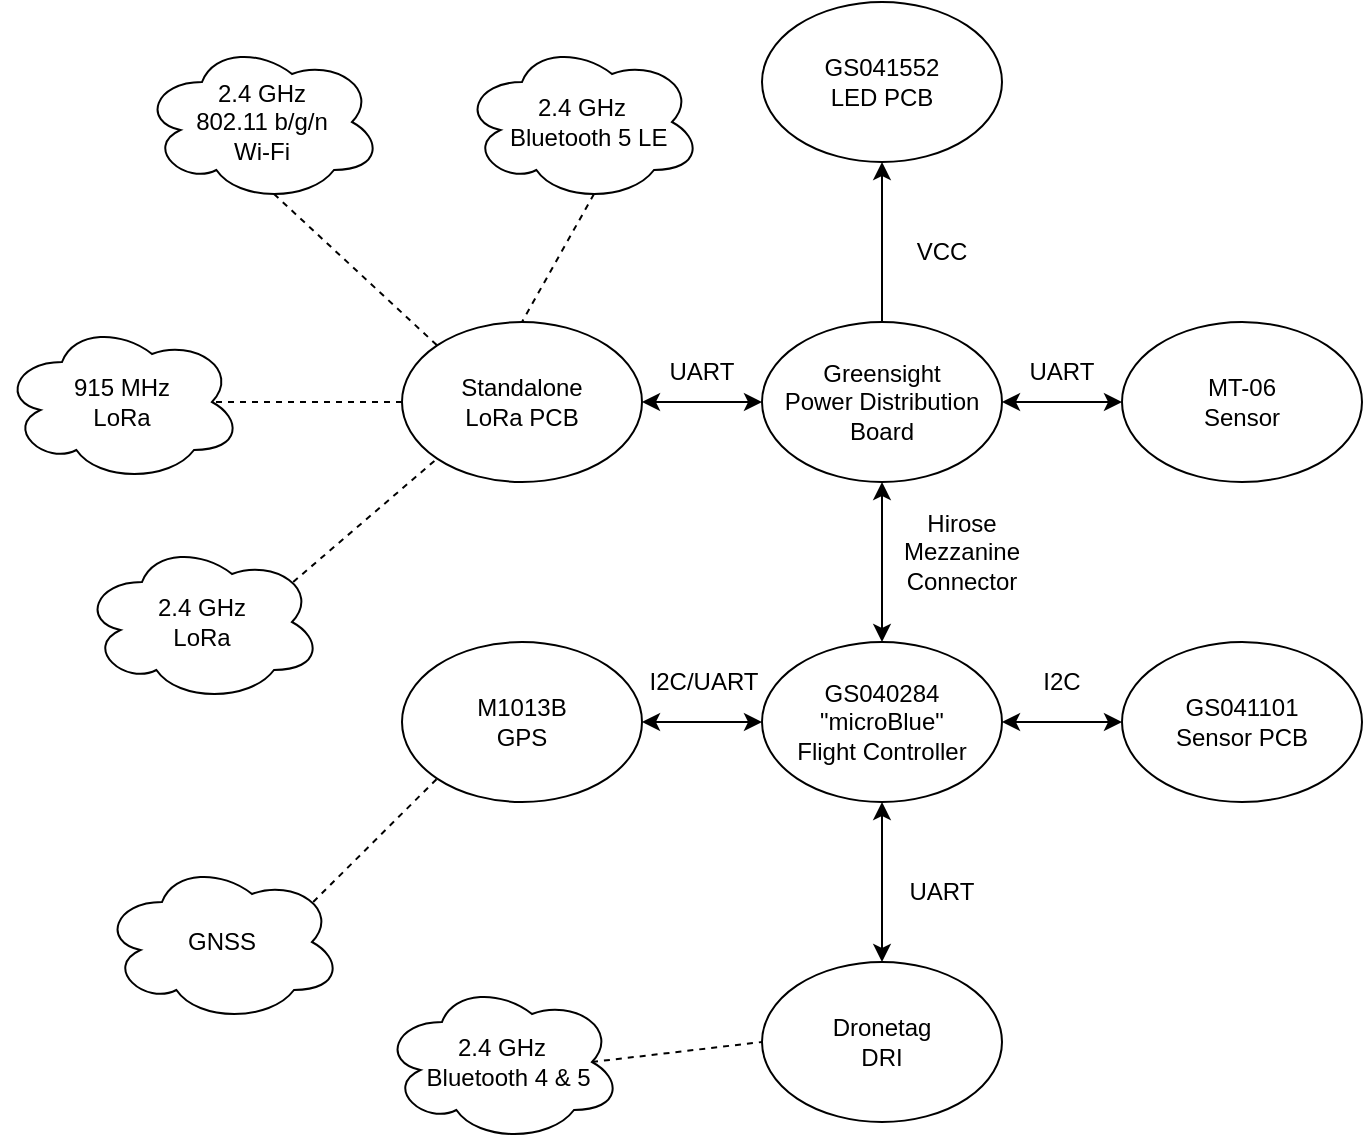
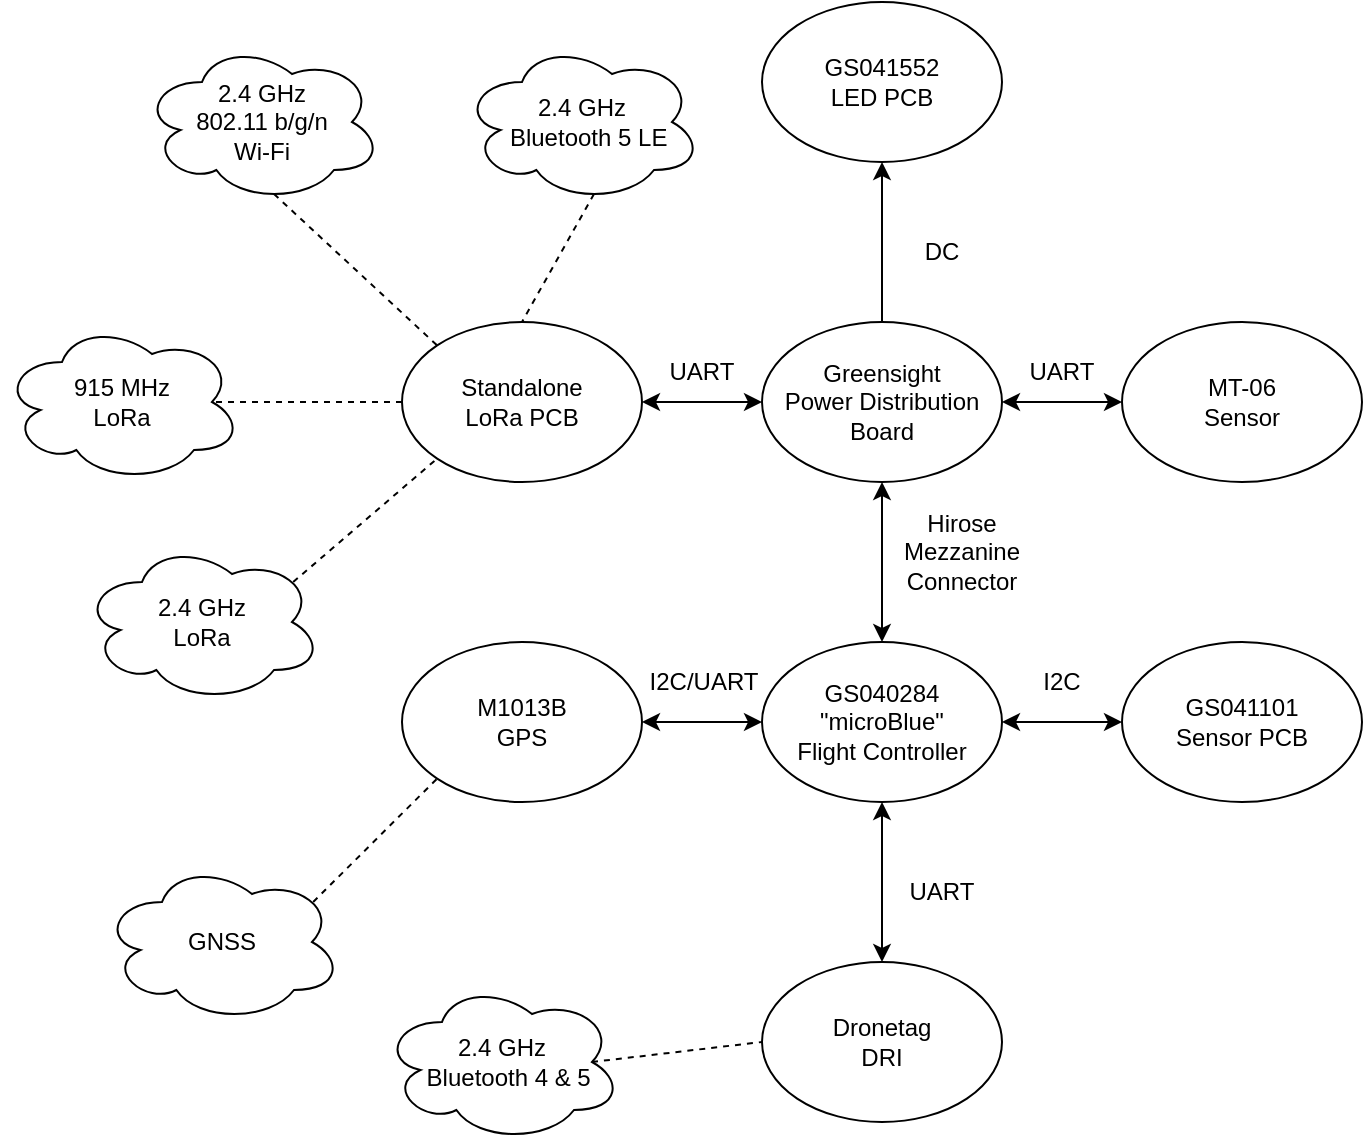
<mxfile host="app.diagrams.net">
  <diagram name="Page-1" id="Q99_MBWURrd7SVdslJ8p">
    <mxGraphModel dx="1414" dy="757" grid="1" gridSize="10" guides="1" tooltips="1" connect="1" arrows="1" fold="1" page="1" pageScale="1" pageWidth="850" pageHeight="1100" math="0" shadow="0">
      <root>
        <mxCell id="0" />
        <mxCell id="1" parent="0" />
        <mxCell id="8UqH8qmoLQt9KmtnvXob-1" parent="1" style="ellipse;whiteSpace=wrap;html=1;" value="Standalone&lt;br&gt;LoRa PCB" vertex="1">
          <mxGeometry height="80" width="120" x="240" y="210" as="geometry" />
        </mxCell>
        <mxCell id="8UqH8qmoLQt9KmtnvXob-2" parent="1" style="ellipse;whiteSpace=wrap;html=1;" value="GS041552&lt;br&gt;LED PCB" vertex="1">
          <mxGeometry height="80" width="120" x="420" y="50" as="geometry" />
        </mxCell>
        <mxCell id="8UqH8qmoLQt9KmtnvXob-14" edge="1" parent="1" source="8UqH8qmoLQt9KmtnvXob-3" style="edgeStyle=none;rounded=0;orthogonalLoop=1;jettySize=auto;html=1;exitX=0.5;exitY=0;exitDx=0;exitDy=0;entryX=0.5;entryY=1;entryDx=0;entryDy=0;endArrow=classic;endFill=1;" target="8UqH8qmoLQt9KmtnvXob-2">
          <mxGeometry relative="1" as="geometry" />
        </mxCell>
        <mxCell id="8UqH8qmoLQt9KmtnvXob-3" parent="1" style="ellipse;whiteSpace=wrap;html=1;" value="Greensight&lt;br&gt;Power Distribution Board" vertex="1">
          <mxGeometry height="80" width="120" x="420" y="210" as="geometry" />
        </mxCell>
        <mxCell id="8UqH8qmoLQt9KmtnvXob-18" edge="1" parent="1" source="8UqH8qmoLQt9KmtnvXob-7" style="edgeStyle=none;rounded=0;orthogonalLoop=1;jettySize=auto;html=1;exitX=0;exitY=0.5;exitDx=0;exitDy=0;entryX=1;entryY=0.5;entryDx=0;entryDy=0;endArrow=classic;endFill=1;startArrow=classic;startFill=1;" target="8UqH8qmoLQt9KmtnvXob-12">
          <mxGeometry relative="1" as="geometry" />
        </mxCell>
        <mxCell id="8UqH8qmoLQt9KmtnvXob-7" parent="1" style="ellipse;whiteSpace=wrap;html=1;" value="GS040284&lt;br&gt;&quot;microBlue&quot;&lt;br&gt;Flight Controller" vertex="1">
          <mxGeometry height="80" width="120" x="420" y="370" as="geometry" />
        </mxCell>
        <mxCell id="8UqH8qmoLQt9KmtnvXob-9" parent="1" style="ellipse;whiteSpace=wrap;html=1;" value="GS041101&lt;br&gt;Sensor PCB" vertex="1">
          <mxGeometry height="80" width="120" x="600" y="370" as="geometry" />
        </mxCell>
        <mxCell id="8UqH8qmoLQt9KmtnvXob-10" parent="1" style="ellipse;whiteSpace=wrap;html=1;" value="Dronetag&lt;br&gt;DRI" vertex="1">
          <mxGeometry height="80" width="120" x="420" y="530" as="geometry" />
        </mxCell>
        <mxCell id="8UqH8qmoLQt9KmtnvXob-11" parent="1" style="ellipse;whiteSpace=wrap;html=1;" value="MT-06&lt;br&gt;Sensor" vertex="1">
          <mxGeometry height="80" width="120" x="600" y="210" as="geometry" />
        </mxCell>
        <mxCell id="8UqH8qmoLQt9KmtnvXob-12" parent="1" style="ellipse;whiteSpace=wrap;html=1;" value="M1013B&lt;br&gt;GPS" vertex="1">
          <mxGeometry height="80" width="120" x="240" y="370" as="geometry" />
        </mxCell>
        <mxCell id="8UqH8qmoLQt9KmtnvXob-22" edge="1" parent="1" source="8UqH8qmoLQt9KmtnvXob-21" style="edgeStyle=none;rounded=0;orthogonalLoop=1;jettySize=auto;html=1;exitX=0.55;exitY=0.95;exitDx=0;exitDy=0;exitPerimeter=0;entryX=0;entryY=0;entryDx=0;entryDy=0;endArrow=none;endFill=0;dashed=1;" target="8UqH8qmoLQt9KmtnvXob-1">
          <mxGeometry relative="1" as="geometry" />
        </mxCell>
        <mxCell id="8UqH8qmoLQt9KmtnvXob-21" parent="1" style="ellipse;shape=cloud;whiteSpace=wrap;html=1;" value="2.4 GHz&lt;br&gt;802.11 b/g/n&lt;br&gt;Wi-Fi" vertex="1">
          <mxGeometry height="80" width="120" x="110" y="70" as="geometry" />
        </mxCell>
        <mxCell id="8UqH8qmoLQt9KmtnvXob-24" edge="1" parent="1" source="8UqH8qmoLQt9KmtnvXob-23" style="edgeStyle=none;rounded=0;orthogonalLoop=1;jettySize=auto;html=1;exitX=0.55;exitY=0.95;exitDx=0;exitDy=0;exitPerimeter=0;entryX=0.5;entryY=0;entryDx=0;entryDy=0;endArrow=none;endFill=0;dashed=1;" target="8UqH8qmoLQt9KmtnvXob-1">
          <mxGeometry relative="1" as="geometry" />
        </mxCell>
        <mxCell id="8UqH8qmoLQt9KmtnvXob-23" parent="1" style="ellipse;shape=cloud;whiteSpace=wrap;html=1;" value="2.4 GHz&lt;br&gt;&amp;nbsp; Bluetooth 5 LE" vertex="1">
          <mxGeometry height="80" width="120" x="270" y="70" as="geometry" />
        </mxCell>
        <mxCell id="8UqH8qmoLQt9KmtnvXob-25" parent="1" style="ellipse;shape=cloud;whiteSpace=wrap;html=1;" value="GNSS" vertex="1">
          <mxGeometry height="80" width="120" x="90" y="480" as="geometry" />
        </mxCell>
        <mxCell id="8UqH8qmoLQt9KmtnvXob-27" parent="1" style="ellipse;shape=cloud;whiteSpace=wrap;html=1;" value="915 MHz&lt;br&gt;LoRa" vertex="1">
          <mxGeometry height="80" width="120" x="40" y="210" as="geometry" />
        </mxCell>
        <mxCell id="8UqH8qmoLQt9KmtnvXob-30" edge="1" parent="1" source="8UqH8qmoLQt9KmtnvXob-1" style="edgeStyle=none;rounded=0;orthogonalLoop=1;jettySize=auto;html=1;exitX=0;exitY=0.5;exitDx=0;exitDy=0;entryX=0.875;entryY=0.5;entryDx=0;entryDy=0;entryPerimeter=0;endArrow=none;endFill=0;dashed=1;" target="8UqH8qmoLQt9KmtnvXob-27">
          <mxGeometry relative="1" as="geometry" />
        </mxCell>
        <mxCell id="8UqH8qmoLQt9KmtnvXob-40" edge="1" parent="1" source="8UqH8qmoLQt9KmtnvXob-10" style="endArrow=classic;startArrow=classic;html=1;rounded=0;entryX=0.5;entryY=1;entryDx=0;entryDy=0;exitX=0.5;exitY=0;exitDx=0;exitDy=0;" target="8UqH8qmoLQt9KmtnvXob-7" value="">
          <mxGeometry height="50" relative="1" width="50" as="geometry">
            <mxPoint x="400" y="410" as="sourcePoint" />
            <mxPoint x="450" y="360" as="targetPoint" />
          </mxGeometry>
        </mxCell>
        <mxCell id="8UqH8qmoLQt9KmtnvXob-41" edge="1" parent="1" source="8UqH8qmoLQt9KmtnvXob-9" style="edgeStyle=none;rounded=0;orthogonalLoop=1;jettySize=auto;html=1;entryX=1;entryY=0.5;entryDx=0;entryDy=0;exitX=0;exitY=0.5;exitDx=0;exitDy=0;startArrow=classic;startFill=1;" target="8UqH8qmoLQt9KmtnvXob-7">
          <mxGeometry relative="1" as="geometry" />
        </mxCell>
        <mxCell id="8UqH8qmoLQt9KmtnvXob-42" edge="1" parent="1" source="8UqH8qmoLQt9KmtnvXob-7" style="endArrow=classic;startArrow=classic;html=1;rounded=0;entryX=0.5;entryY=1;entryDx=0;entryDy=0;exitX=0.5;exitY=0;exitDx=0;exitDy=0;" target="8UqH8qmoLQt9KmtnvXob-3" value="">
          <mxGeometry height="50" relative="1" width="50" as="geometry">
            <mxPoint x="400" y="410" as="sourcePoint" />
            <mxPoint x="450" y="360" as="targetPoint" />
          </mxGeometry>
        </mxCell>
        <mxCell id="8UqH8qmoLQt9KmtnvXob-44" edge="1" parent="1" source="8UqH8qmoLQt9KmtnvXob-3" style="endArrow=classic;startArrow=classic;html=1;rounded=0;exitX=1;exitY=0.5;exitDx=0;exitDy=0;entryX=0;entryY=0.5;entryDx=0;entryDy=0;" target="8UqH8qmoLQt9KmtnvXob-11" value="">
          <mxGeometry height="50" relative="1" width="50" as="geometry">
            <mxPoint x="520" y="310" as="sourcePoint" />
            <mxPoint x="570" y="260" as="targetPoint" />
          </mxGeometry>
        </mxCell>
        <mxCell id="8UqH8qmoLQt9KmtnvXob-45" edge="1" parent="1" source="8UqH8qmoLQt9KmtnvXob-1" style="endArrow=classic;startArrow=classic;html=1;rounded=0;entryX=0;entryY=0.5;entryDx=0;entryDy=0;exitX=1;exitY=0.5;exitDx=0;exitDy=0;" target="8UqH8qmoLQt9KmtnvXob-3" value="">
          <mxGeometry height="50" relative="1" width="50" as="geometry">
            <mxPoint x="400" y="410" as="sourcePoint" />
            <mxPoint x="450" y="360" as="targetPoint" />
          </mxGeometry>
        </mxCell>
        <mxCell id="8UqH8qmoLQt9KmtnvXob-46" edge="1" parent="1" source="8UqH8qmoLQt9KmtnvXob-25" style="endArrow=none;dashed=1;html=1;rounded=0;entryX=0;entryY=1;entryDx=0;entryDy=0;exitX=0.88;exitY=0.25;exitDx=0;exitDy=0;exitPerimeter=0;" target="8UqH8qmoLQt9KmtnvXob-12" value="">
          <mxGeometry height="50" relative="1" width="50" as="geometry">
            <mxPoint x="200" y="490" as="sourcePoint" />
            <mxPoint x="250" y="440" as="targetPoint" />
          </mxGeometry>
        </mxCell>
        <mxCell id="8UqH8qmoLQt9KmtnvXob-47" parent="1" style="text;html=1;whiteSpace=wrap;strokeColor=none;fillColor=none;align=center;verticalAlign=middle;rounded=0;" value="Hirose Mezzanine&lt;br&gt;Connector" vertex="1">
          <mxGeometry height="30" width="60" x="490" y="310" as="geometry" />
        </mxCell>
-         <mxCell id="8UqH8qmoLQt9KmtnvXob-48" parent="1" style="text;html=1;whiteSpace=wrap;strokeColor=none;fillColor=none;align=center;verticalAlign=middle;rounded=0;" value="VCC" vertex="1">
+         <mxCell id="8UqH8qmoLQt9KmtnvXob-48" parent="1" style="text;html=1;whiteSpace=wrap;strokeColor=none;fillColor=none;align=center;verticalAlign=middle;rounded=0;" value="DC" vertex="1">
          <mxGeometry height="30" width="60" x="480" y="160" as="geometry" />
        </mxCell>
        <mxCell id="8UqH8qmoLQt9KmtnvXob-49" parent="1" style="text;html=1;whiteSpace=wrap;strokeColor=none;fillColor=none;align=center;verticalAlign=middle;rounded=0;" value="UART" vertex="1">
          <mxGeometry height="30" width="60" x="480" y="480" as="geometry" />
        </mxCell>
        <mxCell id="8UqH8qmoLQt9KmtnvXob-50" parent="1" style="text;html=1;whiteSpace=wrap;strokeColor=none;fillColor=none;align=center;verticalAlign=middle;rounded=0;" value="I2C/UART" vertex="1">
          <mxGeometry height="30" width="60" x="361" y="375" as="geometry" />
        </mxCell>
        <mxCell id="8UqH8qmoLQt9KmtnvXob-51" parent="1" style="text;html=1;whiteSpace=wrap;strokeColor=none;fillColor=none;align=center;verticalAlign=middle;rounded=0;" value="I2C" vertex="1">
          <mxGeometry height="30" width="60" x="540" y="375" as="geometry" />
        </mxCell>
        <mxCell id="8UqH8qmoLQt9KmtnvXob-52" parent="1" style="text;html=1;whiteSpace=wrap;strokeColor=none;fillColor=none;align=center;verticalAlign=middle;rounded=0;" value="UART" vertex="1">
          <mxGeometry height="30" width="60" x="360" y="220" as="geometry" />
        </mxCell>
        <mxCell id="8UqH8qmoLQt9KmtnvXob-54" edge="1" parent="1" source="8UqH8qmoLQt9KmtnvXob-53" style="edgeStyle=none;rounded=0;orthogonalLoop=1;jettySize=auto;html=1;exitX=0.875;exitY=0.5;exitDx=0;exitDy=0;exitPerimeter=0;entryX=0;entryY=0.5;entryDx=0;entryDy=0;dashed=1;endArrow=none;endFill=0;" target="8UqH8qmoLQt9KmtnvXob-10">
          <mxGeometry relative="1" as="geometry" />
        </mxCell>
        <mxCell id="8UqH8qmoLQt9KmtnvXob-53" parent="1" style="ellipse;shape=cloud;whiteSpace=wrap;html=1;" value="2.4 GHz&lt;br&gt;&amp;nbsp; &amp;nbsp;Bluetooth 4 &amp;amp; 5&amp;nbsp;" vertex="1">
          <mxGeometry height="80" width="120" x="230" y="540" as="geometry" />
        </mxCell>
        <mxCell id="8UqH8qmoLQt9KmtnvXob-55" parent="1" style="text;html=1;whiteSpace=wrap;strokeColor=none;fillColor=none;align=center;verticalAlign=middle;rounded=0;" value="UART" vertex="1">
          <mxGeometry height="30" width="60" x="540" y="220" as="geometry" />
        </mxCell>
        <mxCell id="8UqH8qmoLQt9KmtnvXob-59" edge="1" parent="1" source="8UqH8qmoLQt9KmtnvXob-58" style="edgeStyle=none;rounded=0;orthogonalLoop=1;jettySize=auto;html=1;exitX=0.88;exitY=0.25;exitDx=0;exitDy=0;exitPerimeter=0;entryX=0;entryY=1;entryDx=0;entryDy=0;dashed=1;endArrow=none;endFill=0;" target="8UqH8qmoLQt9KmtnvXob-1">
          <mxGeometry relative="1" as="geometry" />
        </mxCell>
        <mxCell id="8UqH8qmoLQt9KmtnvXob-58" parent="1" style="ellipse;shape=cloud;whiteSpace=wrap;html=1;" value="2.4 GHz&lt;br&gt;LoRa" vertex="1">
          <mxGeometry height="80" width="120" x="80" y="320" as="geometry" />
        </mxCell>
      </root>
    </mxGraphModel>
  </diagram>
</mxfile>
